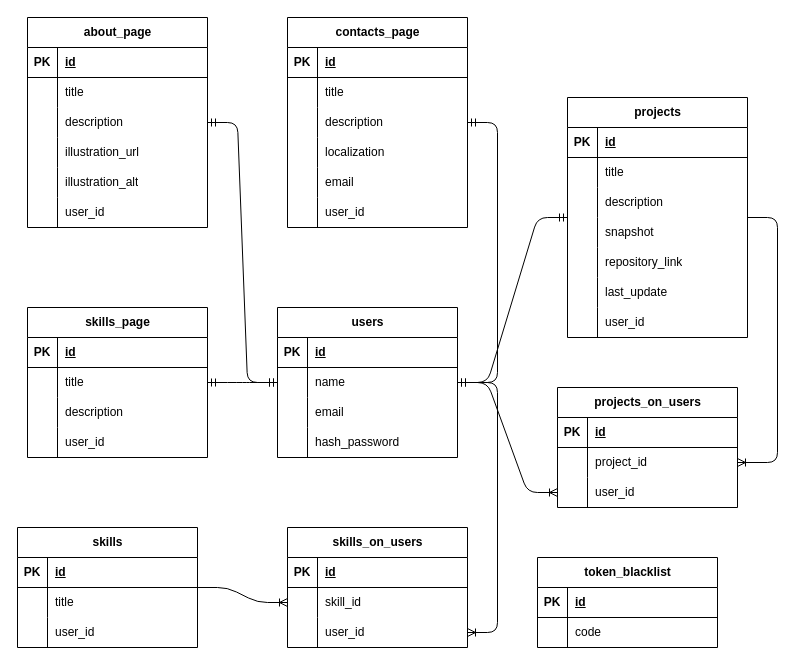
Earlier version of the draw.io diagram diagrama-ER.drawio (ikatoo/backend). Source tidied: cells renumbered, new cells numbered last; positions are measured from the earlier drawing's top-left corner, leaving out a move shared by most shapes. Both pictures are drawn from the tidied source at 100%, with x=0, y=0 at pixel (17, 17).
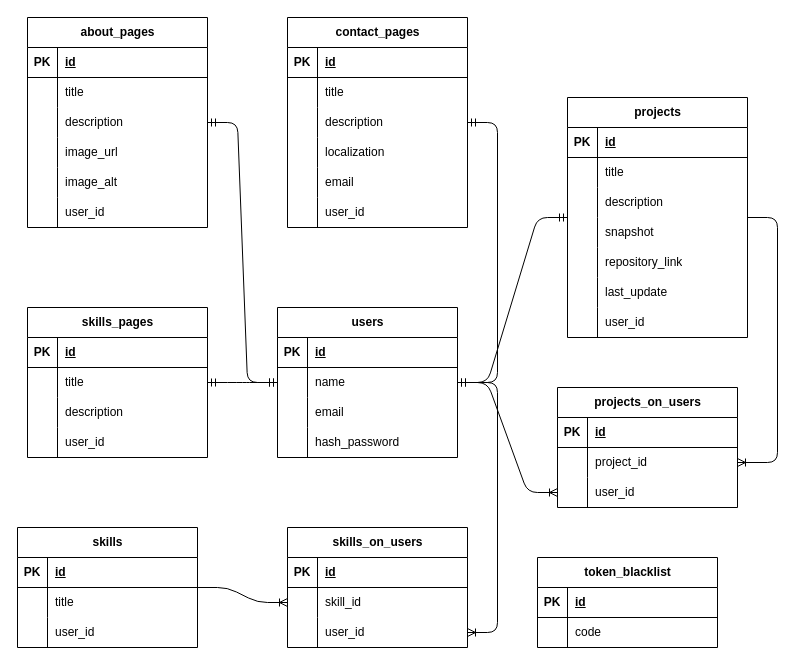
The same diagram, later.

Commit message (it also covers changes not shown here):
about page

The change refers to these unchanged cells:
```xml
<mxCell id="12" style="shape=tableRow;horizontal=0;startSize=0;swimlaneHead=0;swimlaneBody=0;fillColor=none;top=0;left=0;right=0;bottom=0;" parent="2" vertex="1">
  <mxGeometry y="120" width="180" height="30" as="geometry" />
</mxCell>
<mxCell id="15" style="shape=tableRow;horizontal=0;startSize=0;swimlaneHead=0;swimlaneBody=0;fillColor=none;top=0;left=0;right=0;bottom=0;" parent="2" vertex="1">
  <mxGeometry y="150" width="180" height="30" as="geometry" />
</mxCell>
```

The edit, as a diff of the source:
```diff
@@
-    <mxCell id="2" value="about_page" style="shape=table;startSize=30;childLayout=tableLayout;rowLines=0;fontStyle=1;align=center;html=1;" parent="1" vertex="1">
+    <mxCell id="2" value="about_pages" style="shape=table;startSize=30;childLayout=tableLayout;rowLines=0;fontStyle=1;align=center;html=1;" parent="1" vertex="1">
       <mxGeometry x="10" width="180" height="210" as="geometry" />
     </mxCell>
@@
-    <mxCell id="14" value="&lt;div style=&quot;border-color: var(--border-color);&quot;&gt;&lt;span style=&quot;background-color: initial;&quot;&gt;illustration_url&lt;/span&gt;&lt;br&gt;&lt;/div&gt;" style="shape=partialRectangle;fillColor=none;top=0;left=0;bottom=0;right=0;align=left;spacingLeft=6;overflow=hidden;whiteSpace=wrap;html=1;" parent="12" vertex="1">
+    <mxCell id="14" value="&lt;div style=&quot;border-color: var(--border-color);&quot;&gt;&lt;span style=&quot;background-color: initial;&quot;&gt;image_url&lt;/span&gt;&lt;br&gt;&lt;/div&gt;" style="shape=partialRectangle;fillColor=none;top=0;left=0;bottom=0;right=0;align=left;spacingLeft=6;overflow=hidden;whiteSpace=wrap;html=1;" parent="12" vertex="1">
       <mxGeometry x="30" width="150" height="30" as="geometry" />
     </mxCell>
@@
-    <mxCell id="17" value="&lt;div style=&quot;border-color: var(--border-color);&quot;&gt;illustration_alt&lt;br&gt;&lt;/div&gt;" style="shape=partialRectangle;fillColor=none;top=0;left=0;bottom=0;right=0;align=left;spacingLeft=6;overflow=hidden;whiteSpace=wrap;html=1;" parent="15" vertex="1">
+    <mxCell id="17" value="&lt;div style=&quot;border-color: var(--border-color);&quot;&gt;image_alt&lt;br&gt;&lt;/div&gt;" style="shape=partialRectangle;fillColor=none;top=0;left=0;bottom=0;right=0;align=left;spacingLeft=6;overflow=hidden;whiteSpace=wrap;html=1;" parent="15" vertex="1">
       <mxGeometry x="30" width="150" height="30" as="geometry" />
     </mxCell>
@@
-    <mxCell id="21" value="contacts_page" style="shape=table;startSize=30;childLayout=tableLayout;rowLines=0;fontStyle=1;align=center;html=1;" parent="1" vertex="1">
+    <mxCell id="21" value="contact_pages" style="shape=table;startSize=30;childLayout=tableLayout;rowLines=0;fontStyle=1;align=center;html=1;" parent="1" vertex="1">
       <mxGeometry x="270" width="180" height="210" as="geometry" />
     </mxCell>
@@
-    <mxCell id="62" value="skills_page" style="shape=table;startSize=30;childLayout=tableLayout;rowLines=0;fontStyle=1;align=center;html=1;" parent="1" vertex="1">
+    <mxCell id="62" value="skills_pages" style="shape=table;startSize=30;childLayout=tableLayout;rowLines=0;fontStyle=1;align=center;html=1;" parent="1" vertex="1">
       <mxGeometry x="10" y="290" width="180" height="150" as="geometry" />
     </mxCell>
```
